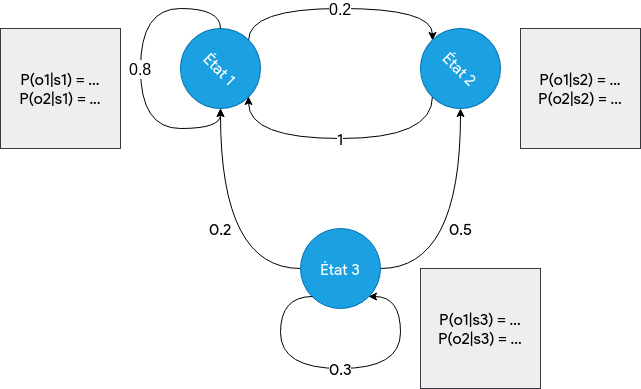
The draw.io diagram images/notions/hmm.png in Wissben/Master-Thesis, before a commit. Source tidied: cells renumbered, new cells last; positions are measured from the earlier drawing's top-left corner, leaving out a move shared by most shapes.
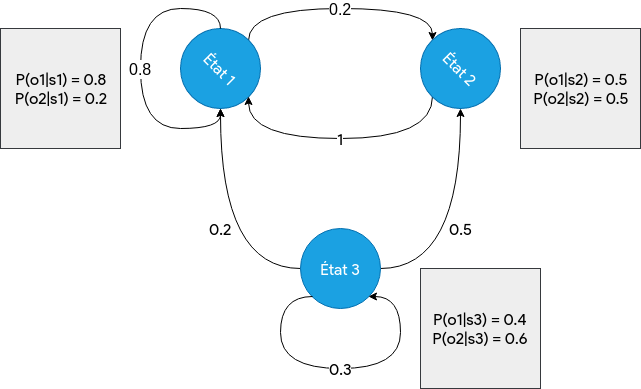
The same diagram one commit later.

The edit, as a diff of the source:
```diff
@@ -53,13 +53,13 @@
         </Array>
       </mxGeometry>
     </mxCell>
-    <mxCell id="11" value="P(o1|s1) = ...&lt;br style=&quot;font-size: 16px;&quot;&gt;P(o2|s1) = ...&lt;br style=&quot;font-size: 16px;&quot;&gt;" style="whiteSpace=wrap;html=1;fontFamily=Lucida Console;fontSize=16;fillColor=#eeeeee;strokeColor=#36393d;" parent="1" vertex="1">
+    <mxCell id="11" value="P(o1|s1) = 0.8&lt;br style=&quot;font-size: 16px&quot;&gt;P(o2|s1) = 0.2&lt;br style=&quot;font-size: 16px&quot;&gt;" style="whiteSpace=wrap;html=1;fontFamily=Lucida Console;fontSize=16;fillColor=#eeeeee;strokeColor=#36393d;" parent="1" vertex="1">
       <mxGeometry y="20" width="120" height="120" as="geometry" />
     </mxCell>
-    <mxCell id="12" value="&lt;span style=&quot;font-size: 16px;&quot;&gt;P(o1|s2) = ...&lt;/span&gt;&lt;br style=&quot;font-size: 16px;&quot;&gt;&lt;span style=&quot;font-size: 16px;&quot;&gt;P(o2|s2) = ...&lt;/span&gt;" style="whiteSpace=wrap;html=1;fontFamily=Lucida Console;fontSize=16;fillColor=#eeeeee;strokeColor=#36393d;" parent="1" vertex="1">
+    <mxCell id="12" value="&lt;span style=&quot;font-size: 16px&quot;&gt;P(o1|s2) = 0.5&lt;/span&gt;&lt;br style=&quot;font-size: 16px&quot;&gt;&lt;span style=&quot;font-size: 16px&quot;&gt;P(o2|s2) = 0.5&lt;/span&gt;" style="whiteSpace=wrap;html=1;fontFamily=Lucida Console;fontSize=16;fillColor=#eeeeee;strokeColor=#36393d;" parent="1" vertex="1">
       <mxGeometry x="520" y="20" width="120" height="120" as="geometry" />
     </mxCell>
-    <mxCell id="13" value="&lt;span style=&quot;font-size: 16px;&quot;&gt;P(o1|s3) = ...&lt;/span&gt;&lt;br style=&quot;font-size: 16px;&quot;&gt;&lt;span style=&quot;font-size: 16px;&quot;&gt;P(o2|s3) = ...&lt;/span&gt;" style="whiteSpace=wrap;html=1;fontFamily=Lucida Console;fontSize=16;fillColor=#eeeeee;strokeColor=#36393d;" parent="1" vertex="1">
+    <mxCell id="13" value="&lt;span style=&quot;font-size: 16px&quot;&gt;P(o1|s3) = 0.4&lt;/span&gt;&lt;br style=&quot;font-size: 16px&quot;&gt;&lt;span style=&quot;font-size: 16px&quot;&gt;P(o2|s3) = 0.6&lt;/span&gt;" style="whiteSpace=wrap;html=1;fontFamily=Lucida Console;fontSize=16;fillColor=#eeeeee;strokeColor=#36393d;" parent="1" vertex="1">
       <mxGeometry x="420" y="260" width="120" height="120" as="geometry" />
     </mxCell>
   </root>
```
